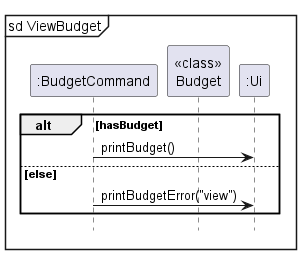
Earlier version of the PlantUML export docs/images/viewBudget.png (nus-cs2113-AY2324S1/tp).
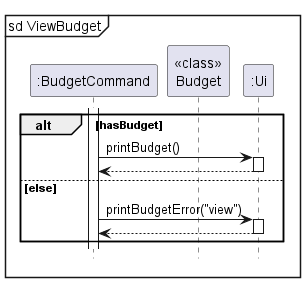
The same file after the commit.

The edit, as a diff of the source:
```diff
@@ -1,14 +1,20 @@
 @startuml
+
+autoactivate on
 
 mainframe sd ViewBudget
 participant ":BudgetCommand" as BudgetCommand
 participant "<<class>>\nBudget" as Budget
 participant ":Ui" as Ui
 
+activate BudgetCommand
+
 alt hasBudget
     BudgetCommand -> Ui: printBudget()
+    return
 else else
     BudgetCommand -> Ui: printBudgetError("view")
+    return
 end
 
 hide footbox
```
